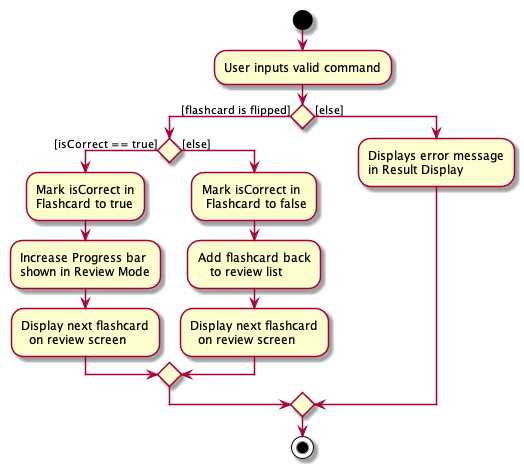
The PlantUML diagram docs/images/NextCommandActivityDiagram.png in rachel170/tp, before a commit. Its diagram source:
```plantuml
@startuml
start
:User inputs valid command;


if () then ([flashcard is flipped])
    if () then ([isCorrect == true])
    :Mark isCorrect in
    Flashcard to true;
    :Increase Progress bar
    shown in Review Mode;
    :Display next flashcard
      on review screen;
    else ([else])
        :Mark isCorrect in
         Flashcard to false;
        :Add flashcard back
           to review list;
        :Display next flashcard
          on review screen;
    endif
else ([else])
    :Displays error message
    in Result Display;

endif

stop
@enduml
```
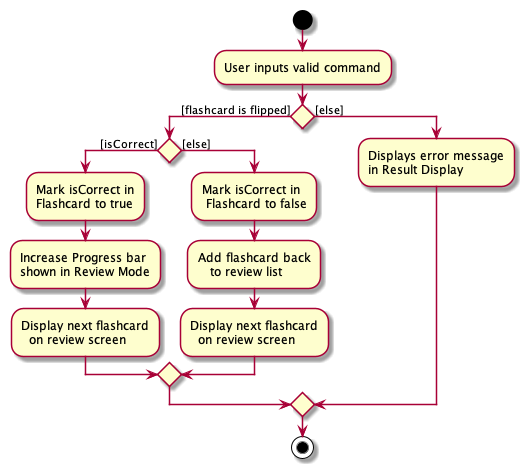
The same diagram one commit later.

Diff of the diagram source:
```diff
@@ -4,7 +4,7 @@
 
 
 if () then ([flashcard is flipped])
-    if () then ([isCorrect == true])
+    if () then ([isCorrect])
     :Mark isCorrect in
     Flashcard to true;
     :Increase Progress bar
```
